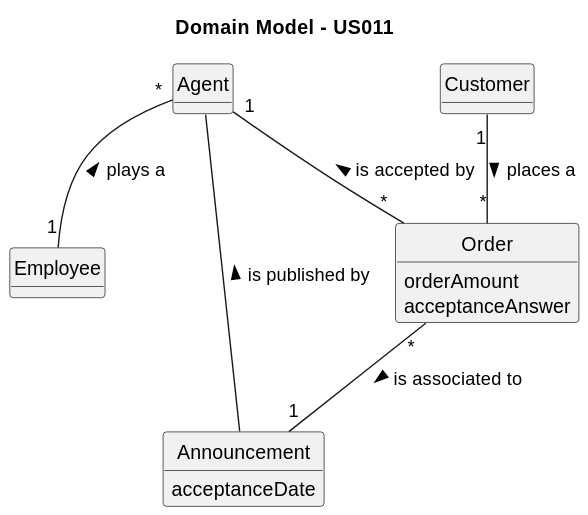
The PlantUML diagram docs/sprintC/us011/02.analysis/svg/us011-domain-model.svg in rita-barbosa/LAPR2-2223, before a commit.
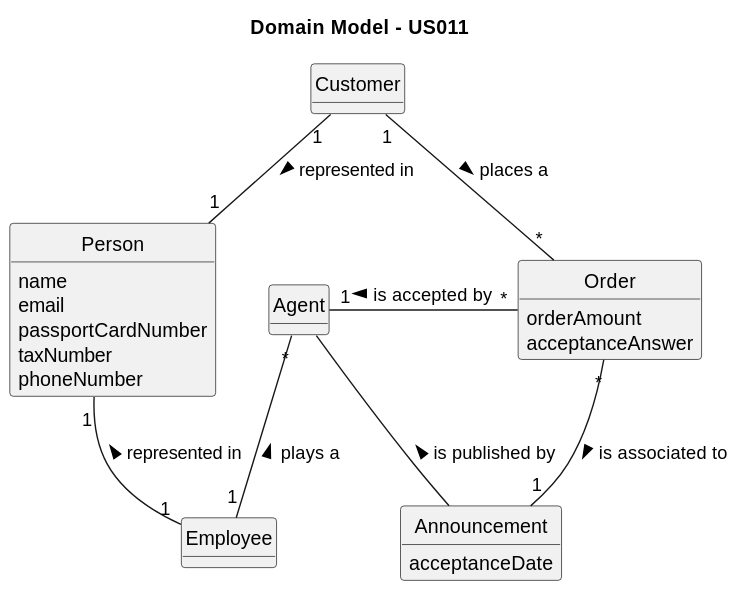
After the commit.

The edit, as a diff of the source:
```diff
@@ -30,10 +30,21 @@
 class Announcement{
 acceptanceDate
 }
+class Person{
+name
+email
+passportCardNumber
+taxNumber
+phoneNumber
+}
 
+
+
+Person "1" --  "1" Employee: represented in <
+Customer "1"  -- "1" Person: represented in >
 Agent -- Announcement : is published by <
-Agent "*" -- "1" Employee : plays a <
-Agent "1" -- "*" Order : is accepted by <
-Order "*" -- "1" Announcement : is associated to >
+Agent "*" - "1" Employee : plays a <
+Agent "1" - "*" Order : is accepted by <
+Order "*" - "1" Announcement : is associated to >
 Customer "1" -- "*" Order : places a >
 @enduml
```
